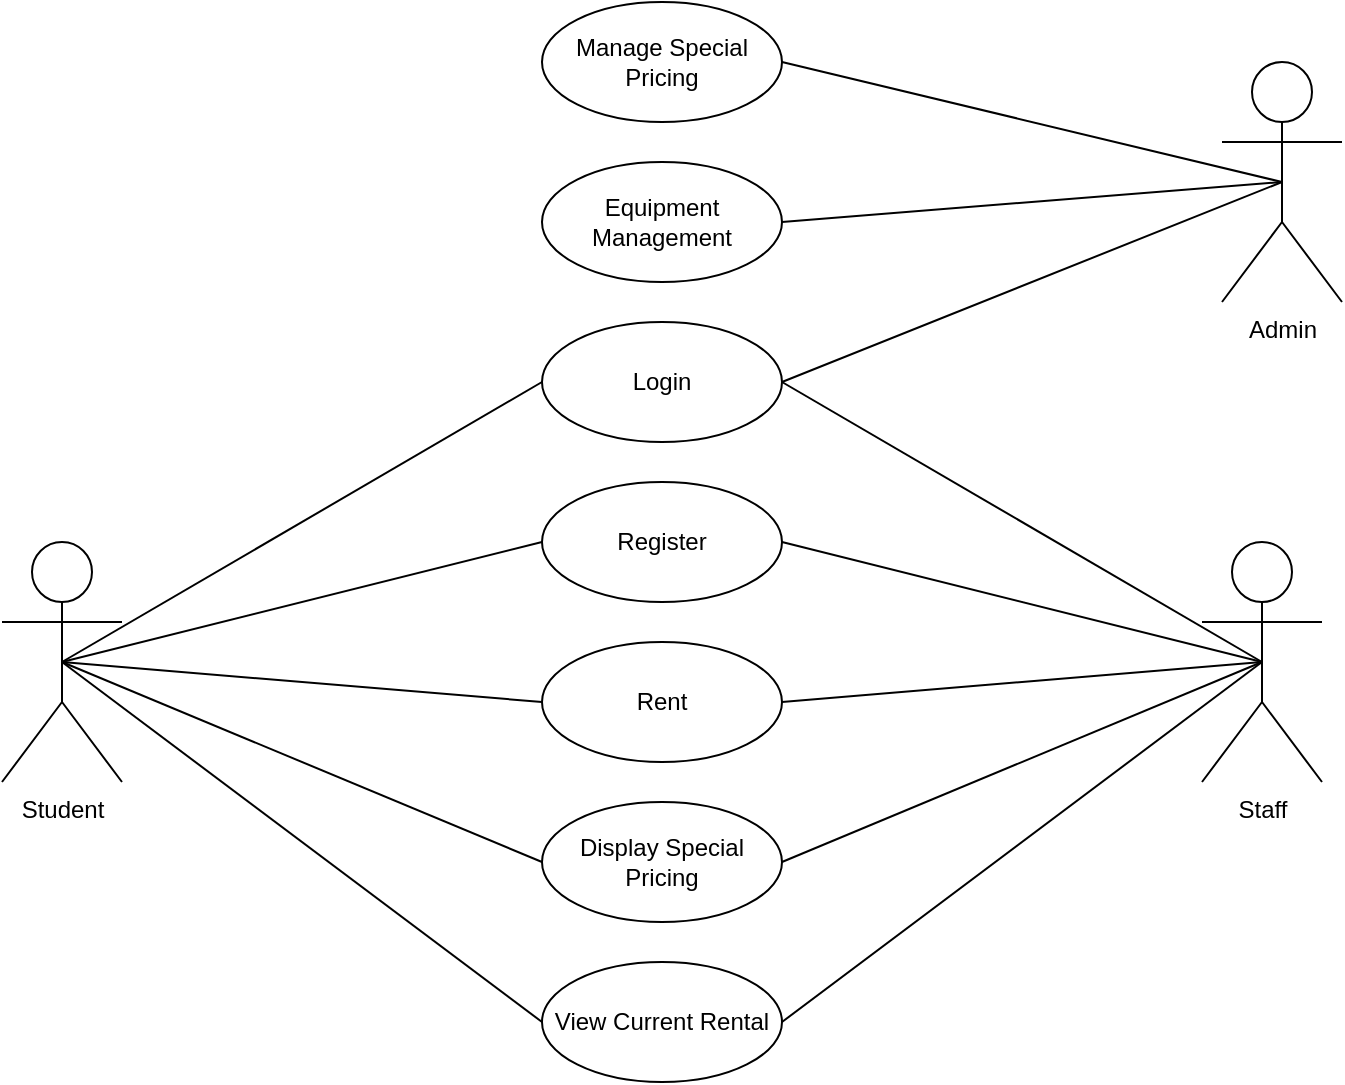
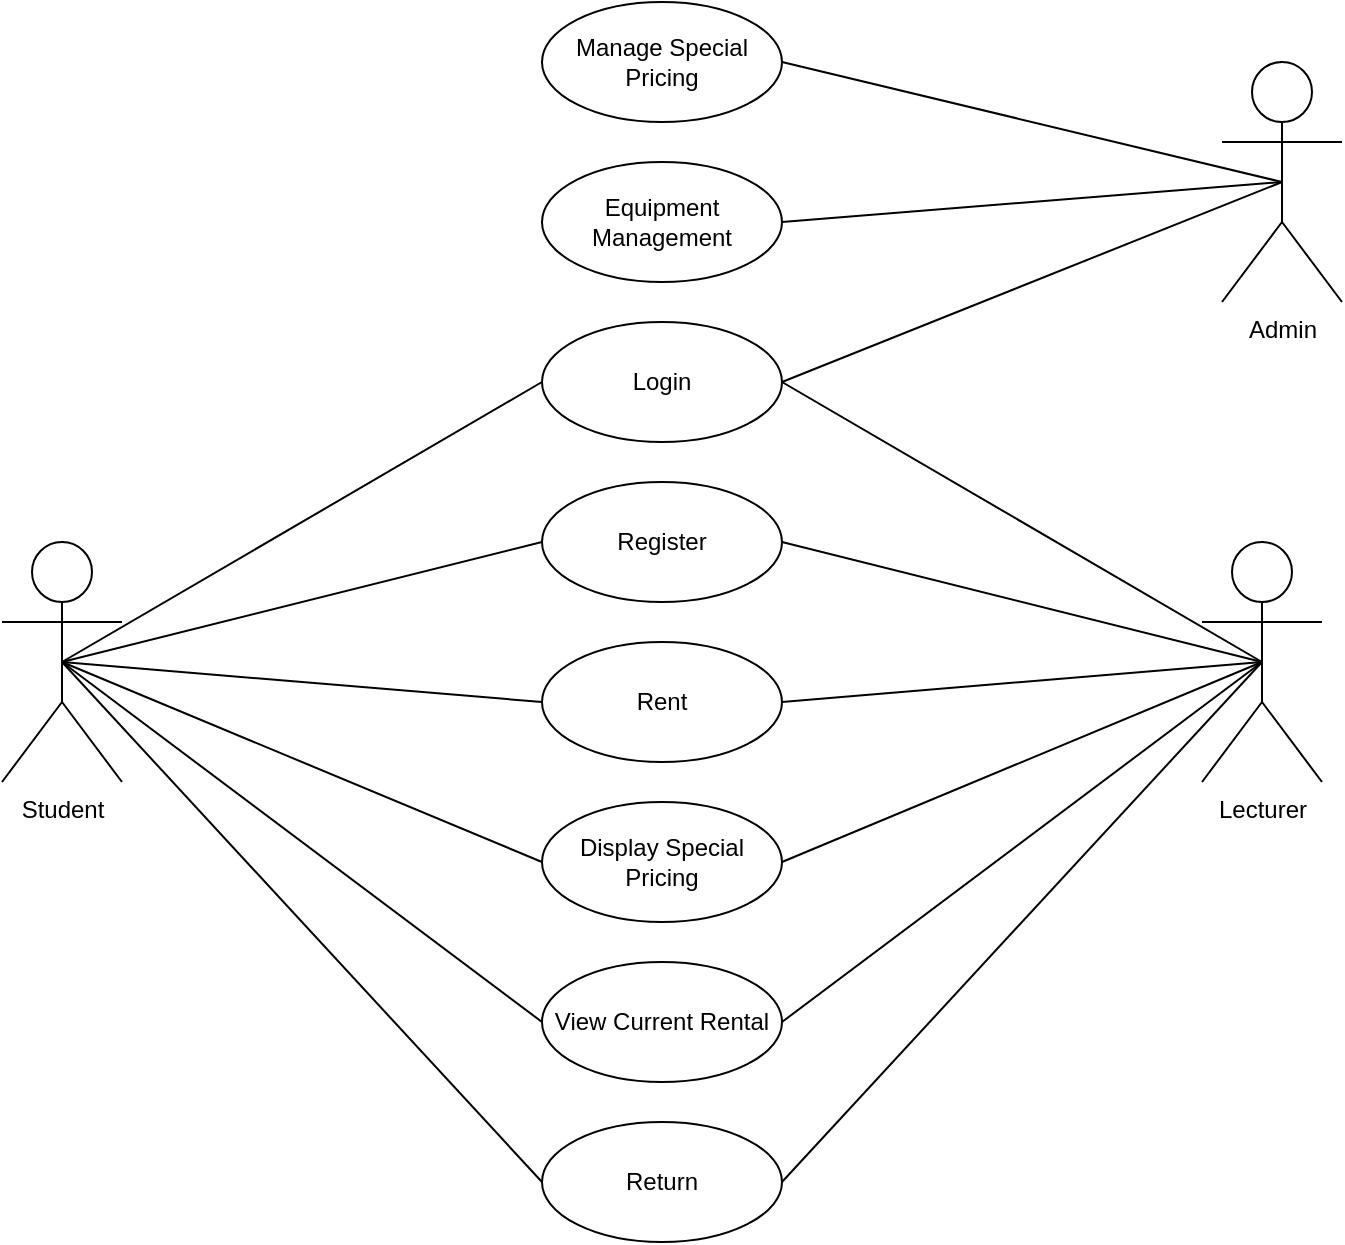
<mxfile host="app.diagrams.net">
  <diagram name="Page-1" id="Ygp6EThu6yuq2bSKn3Ih">
    <mxGraphModel dx="1414" dy="743" grid="1" gridSize="10" guides="1" tooltips="1" connect="1" arrows="1" fold="1" page="1" pageScale="1" pageWidth="827" pageHeight="1169" math="0" shadow="0">
      <root>
        <mxCell id="0" />
        <mxCell id="1" parent="0" />
        <mxCell id="dTNuRVB3QkP_eJNdvWuI-1" parent="1" style="shape=umlActor;verticalLabelPosition=bottom;verticalAlign=top;html=1;" value="Student" vertex="1">
          <mxGeometry height="120" width="60" x="50" y="280" as="geometry" />
        </mxCell>
        <mxCell id="dTNuRVB3QkP_eJNdvWuI-2" parent="1" style="ellipse;whiteSpace=wrap;html=1;" value="Login" vertex="1">
          <mxGeometry height="60" width="120" x="320" y="170" as="geometry" />
        </mxCell>
        <mxCell id="dTNuRVB3QkP_eJNdvWuI-3" parent="1" style="shape=umlActor;verticalLabelPosition=bottom;verticalAlign=top;html=1;" value="Admin" vertex="1">
          <mxGeometry height="120" width="60" x="660" y="40" as="geometry" />
        </mxCell>
        <mxCell id="dTNuRVB3QkP_eJNdvWuI-4" parent="1" style="ellipse;whiteSpace=wrap;html=1;" value="Register" vertex="1">
          <mxGeometry height="60" width="120" x="320" y="250" as="geometry" />
        </mxCell>
        <mxCell id="dTNuRVB3QkP_eJNdvWuI-5" parent="1" style="ellipse;whiteSpace=wrap;html=1;" value="Equipment Management" vertex="1">
          <mxGeometry height="60" width="120" x="320" y="90" as="geometry" />
        </mxCell>
        <mxCell id="dTNuRVB3QkP_eJNdvWuI-6" parent="1" style="ellipse;whiteSpace=wrap;html=1;" value="Manage Special Pricing" vertex="1">
          <mxGeometry height="60" width="120" x="320" y="10" as="geometry" />
        </mxCell>
-         <mxCell id="dTNuRVB3QkP_eJNdvWuI-7" parent="1" style="shape=umlActor;verticalLabelPosition=bottom;verticalAlign=top;html=1;" value="Staff" vertex="1">
+         <mxCell id="dTNuRVB3QkP_eJNdvWuI-7" parent="1" style="shape=umlActor;verticalLabelPosition=bottom;verticalAlign=top;html=1;" value="Lecturer" vertex="1">
          <mxGeometry height="120" width="60" x="650" y="280" as="geometry" />
        </mxCell>
        <mxCell id="dTNuRVB3QkP_eJNdvWuI-8" parent="1" style="ellipse;whiteSpace=wrap;html=1;" value="Rent&lt;span style=&quot;color: rgba(0, 0, 0, 0); font-family: monospace; font-size: 0px; text-align: start; white-space: nowrap;&quot;&gt;%3CmxGraphModel%3E%3Croot%3E%3CmxCell%20id%3D%220%22%2F%3E%3CmxCell%20id%3D%221%22%20parent%3D%220%22%2F%3E%3CmxCell%20id%3D%222%22%20parent%3D%221%22%20style%3D%22ellipse%3BwhiteSpace%3Dwrap%3Bhtml%3D1%3B%22%20value%3D%22Register%22%20vertex%3D%221%22%3E%3CmxGeometry%20height%3D%2260%22%20width%3D%22120%22%20x%3D%22320%22%20y%3D%22250%22%20as%3D%22geometry%22%2F%3E%3C%2FmxCell%3E%3C%2Froot%3E%3C%2FmxGraphModel%3E&lt;/span&gt;" vertex="1">
          <mxGeometry height="60" width="120" x="320" y="330" as="geometry" />
        </mxCell>
        <mxCell id="dTNuRVB3QkP_eJNdvWuI-9" parent="1" style="ellipse;whiteSpace=wrap;html=1;" value="View Current Rental" vertex="1">
          <mxGeometry height="60" width="120" x="320" y="490" as="geometry" />
        </mxCell>
        <mxCell id="dTNuRVB3QkP_eJNdvWuI-10" parent="1" style="ellipse;whiteSpace=wrap;html=1;" value="Display Special Pricing" vertex="1">
          <mxGeometry height="60" width="120" x="320" y="410" as="geometry" />
        </mxCell>
        <mxCell id="dTNuRVB3QkP_eJNdvWuI-11" edge="1" parent="1" source="dTNuRVB3QkP_eJNdvWuI-3" style="endArrow=none;html=1;rounded=0;entryX=1;entryY=0.5;entryDx=0;entryDy=0;exitX=0.5;exitY=0.5;exitDx=0;exitDy=0;exitPerimeter=0;" target="dTNuRVB3QkP_eJNdvWuI-6" value="">
          <mxGeometry height="50" relative="1" width="50" as="geometry">
            <mxPoint x="220" y="230" as="sourcePoint" />
            <mxPoint x="300" y="320" as="targetPoint" />
          </mxGeometry>
        </mxCell>
        <mxCell id="dTNuRVB3QkP_eJNdvWuI-12" edge="1" parent="1" style="endArrow=none;html=1;rounded=0;entryX=0.5;entryY=0.5;entryDx=0;entryDy=0;entryPerimeter=0;" target="dTNuRVB3QkP_eJNdvWuI-3" value="">
          <mxGeometry height="50" relative="1" width="50" as="geometry">
            <mxPoint x="440" y="120" as="sourcePoint" />
            <mxPoint x="490" y="70" as="targetPoint" />
          </mxGeometry>
        </mxCell>
        <mxCell id="dTNuRVB3QkP_eJNdvWuI-13" edge="1" parent="1" source="dTNuRVB3QkP_eJNdvWuI-2" style="endArrow=none;html=1;rounded=0;exitX=1;exitY=0.5;exitDx=0;exitDy=0;" value="">
          <mxGeometry height="50" relative="1" width="50" as="geometry">
            <mxPoint x="480" y="220" as="sourcePoint" />
            <mxPoint x="690" y="100" as="targetPoint" />
          </mxGeometry>
        </mxCell>
        <mxCell id="dTNuRVB3QkP_eJNdvWuI-14" edge="1" parent="1" source="dTNuRVB3QkP_eJNdvWuI-1" style="endArrow=none;html=1;rounded=0;exitX=0.5;exitY=0.5;exitDx=0;exitDy=0;exitPerimeter=0;entryX=0;entryY=0.5;entryDx=0;entryDy=0;" target="dTNuRVB3QkP_eJNdvWuI-2" value="">
          <mxGeometry height="50" relative="1" width="50" as="geometry">
            <mxPoint x="130" y="350" as="sourcePoint" />
            <mxPoint x="180" y="300" as="targetPoint" />
          </mxGeometry>
        </mxCell>
        <mxCell id="dTNuRVB3QkP_eJNdvWuI-15" edge="1" parent="1" source="dTNuRVB3QkP_eJNdvWuI-1" style="endArrow=none;html=1;rounded=0;exitX=0.5;exitY=0.5;exitDx=0;exitDy=0;exitPerimeter=0;" value="">
          <mxGeometry height="50" relative="1" width="50" as="geometry">
            <mxPoint x="270" y="330" as="sourcePoint" />
            <mxPoint x="320" y="280" as="targetPoint" />
          </mxGeometry>
        </mxCell>
        <mxCell id="dTNuRVB3QkP_eJNdvWuI-16" edge="1" parent="1" source="dTNuRVB3QkP_eJNdvWuI-1" style="endArrow=none;html=1;rounded=0;exitX=0.5;exitY=0.5;exitDx=0;exitDy=0;exitPerimeter=0;" value="">
          <mxGeometry height="50" relative="1" width="50" as="geometry">
            <mxPoint x="130" y="370" as="sourcePoint" />
            <mxPoint x="320" y="360" as="targetPoint" />
          </mxGeometry>
        </mxCell>
        <mxCell id="dTNuRVB3QkP_eJNdvWuI-17" edge="1" parent="1" source="dTNuRVB3QkP_eJNdvWuI-1" style="endArrow=none;html=1;rounded=0;exitX=0.5;exitY=0.5;exitDx=0;exitDy=0;exitPerimeter=0;" value="">
          <mxGeometry height="50" relative="1" width="50" as="geometry">
            <mxPoint x="270" y="490" as="sourcePoint" />
            <mxPoint x="320" y="440" as="targetPoint" />
          </mxGeometry>
        </mxCell>
        <mxCell id="dTNuRVB3QkP_eJNdvWuI-18" edge="1" parent="1" source="dTNuRVB3QkP_eJNdvWuI-1" style="endArrow=none;html=1;rounded=0;exitX=0.5;exitY=0.5;exitDx=0;exitDy=0;exitPerimeter=0;" value="">
          <mxGeometry height="50" relative="1" width="50" as="geometry">
            <mxPoint x="270" y="570" as="sourcePoint" />
            <mxPoint x="320" y="520" as="targetPoint" />
          </mxGeometry>
        </mxCell>
        <mxCell id="dTNuRVB3QkP_eJNdvWuI-29" edge="1" parent="1" style="endArrow=none;html=1;rounded=0;exitX=0.5;exitY=0.5;exitDx=0;exitDy=0;exitPerimeter=0;entryX=0;entryY=0.5;entryDx=0;entryDy=0;" value="">
          <mxGeometry height="50" relative="1" width="50" as="geometry">
            <mxPoint x="680" y="340" as="sourcePoint" />
            <mxPoint x="440" y="200" as="targetPoint" />
          </mxGeometry>
        </mxCell>
        <mxCell id="dTNuRVB3QkP_eJNdvWuI-30" edge="1" parent="1" style="endArrow=none;html=1;rounded=0;exitX=0.5;exitY=0.5;exitDx=0;exitDy=0;exitPerimeter=0;" value="">
          <mxGeometry height="50" relative="1" width="50" as="geometry">
            <mxPoint x="680" y="340" as="sourcePoint" />
            <mxPoint x="440" y="280" as="targetPoint" />
          </mxGeometry>
        </mxCell>
        <mxCell id="dTNuRVB3QkP_eJNdvWuI-31" edge="1" parent="1" style="endArrow=none;html=1;rounded=0;exitX=0.5;exitY=0.5;exitDx=0;exitDy=0;exitPerimeter=0;" value="">
          <mxGeometry height="50" relative="1" width="50" as="geometry">
            <mxPoint x="680" y="340" as="sourcePoint" />
            <mxPoint x="440" y="360" as="targetPoint" />
          </mxGeometry>
        </mxCell>
        <mxCell id="dTNuRVB3QkP_eJNdvWuI-32" edge="1" parent="1" style="endArrow=none;html=1;rounded=0;exitX=0.5;exitY=0.5;exitDx=0;exitDy=0;exitPerimeter=0;" value="">
          <mxGeometry height="50" relative="1" width="50" as="geometry">
            <mxPoint x="680" y="340" as="sourcePoint" />
            <mxPoint x="440" y="440" as="targetPoint" />
          </mxGeometry>
        </mxCell>
        <mxCell id="dTNuRVB3QkP_eJNdvWuI-33" edge="1" parent="1" style="endArrow=none;html=1;rounded=0;exitX=0.5;exitY=0.5;exitDx=0;exitDy=0;exitPerimeter=0;" value="">
          <mxGeometry height="50" relative="1" width="50" as="geometry">
            <mxPoint x="680" y="340" as="sourcePoint" />
            <mxPoint x="440" y="520" as="targetPoint" />
          </mxGeometry>
        </mxCell>
+         <mxCell id="iiH6ey8Jv0Haoi5aMXqk-3" parent="1" style="ellipse;whiteSpace=wrap;html=1;" value="Return" vertex="1">
+           <mxGeometry height="60" width="120" x="320" y="570" as="geometry" />
+         </mxCell>
+         <mxCell id="iiH6ey8Jv0Haoi5aMXqk-5" edge="1" parent="1" source="dTNuRVB3QkP_eJNdvWuI-1" style="endArrow=none;html=1;rounded=0;entryX=0;entryY=0.5;entryDx=0;entryDy=0;exitX=0.5;exitY=0.5;exitDx=0;exitDy=0;exitPerimeter=0;" target="iiH6ey8Jv0Haoi5aMXqk-3" value="">
+           <mxGeometry height="50" relative="1" width="50" as="geometry">
+             <mxPoint x="100" y="550" as="sourcePoint" />
+             <mxPoint x="150" y="500" as="targetPoint" />
+           </mxGeometry>
+         </mxCell>
+         <mxCell id="iiH6ey8Jv0Haoi5aMXqk-6" edge="1" parent="1" style="endArrow=none;html=1;rounded=0;entryX=0;entryY=0.5;entryDx=0;entryDy=0;exitX=0.5;exitY=0.5;exitDx=0;exitDy=0;exitPerimeter=0;" value="">
+           <mxGeometry height="50" relative="1" width="50" as="geometry">
+             <mxPoint x="680" y="340" as="sourcePoint" />
+             <mxPoint x="440" y="600" as="targetPoint" />
+           </mxGeometry>
+         </mxCell>
      </root>
    </mxGraphModel>
  </diagram>
</mxfile>
